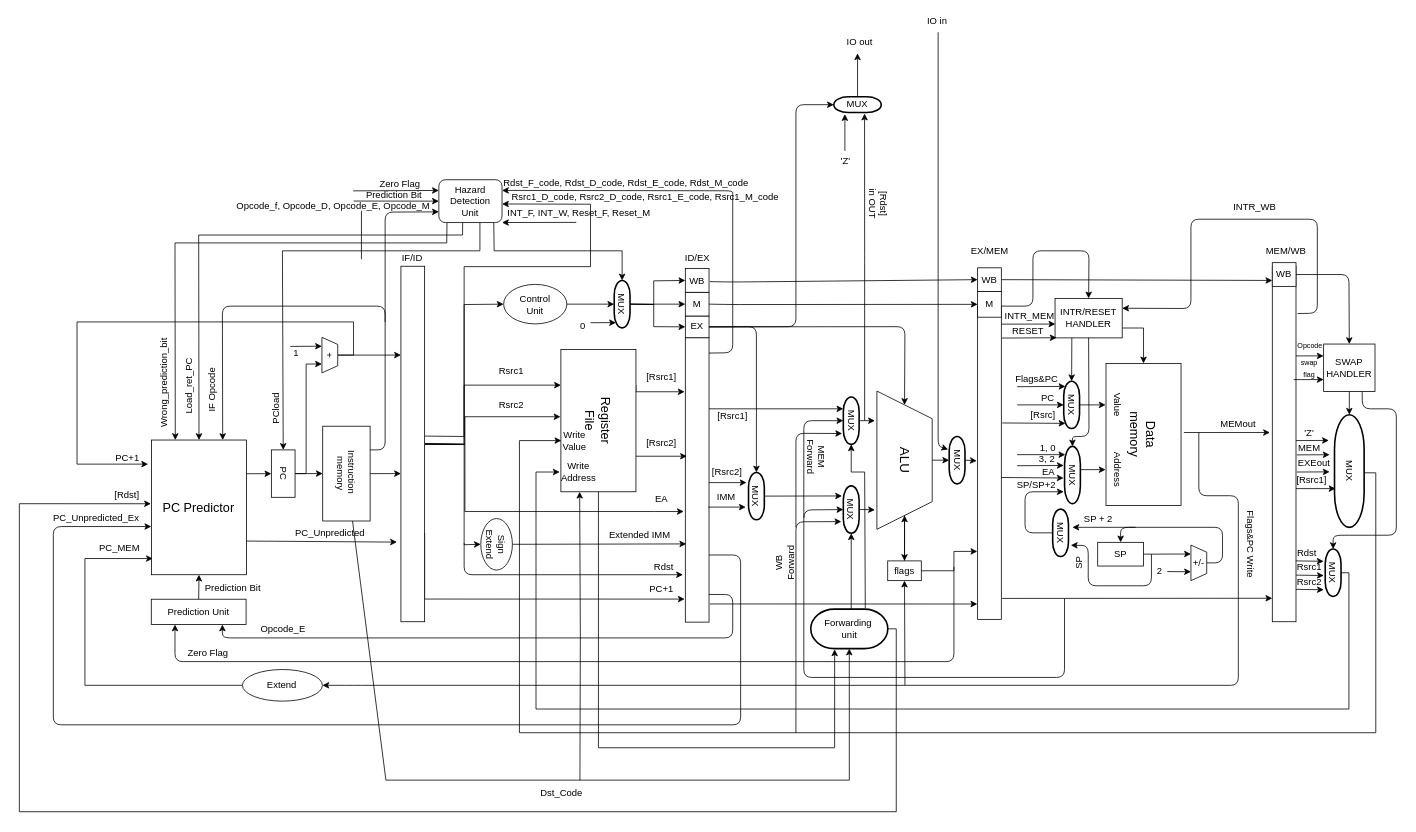
Above: docs/Schematic.drawio in karashily/RISC (draw.io), before the change. Source tidied: cells renumbered, new cells numbered last; positions are measured from the earlier drawing's top-left corner, leaving out a move shared by most shapes. Both pictures are drawn from the tidied source at 79%, with x=0, y=0 at pixel (19, 13).
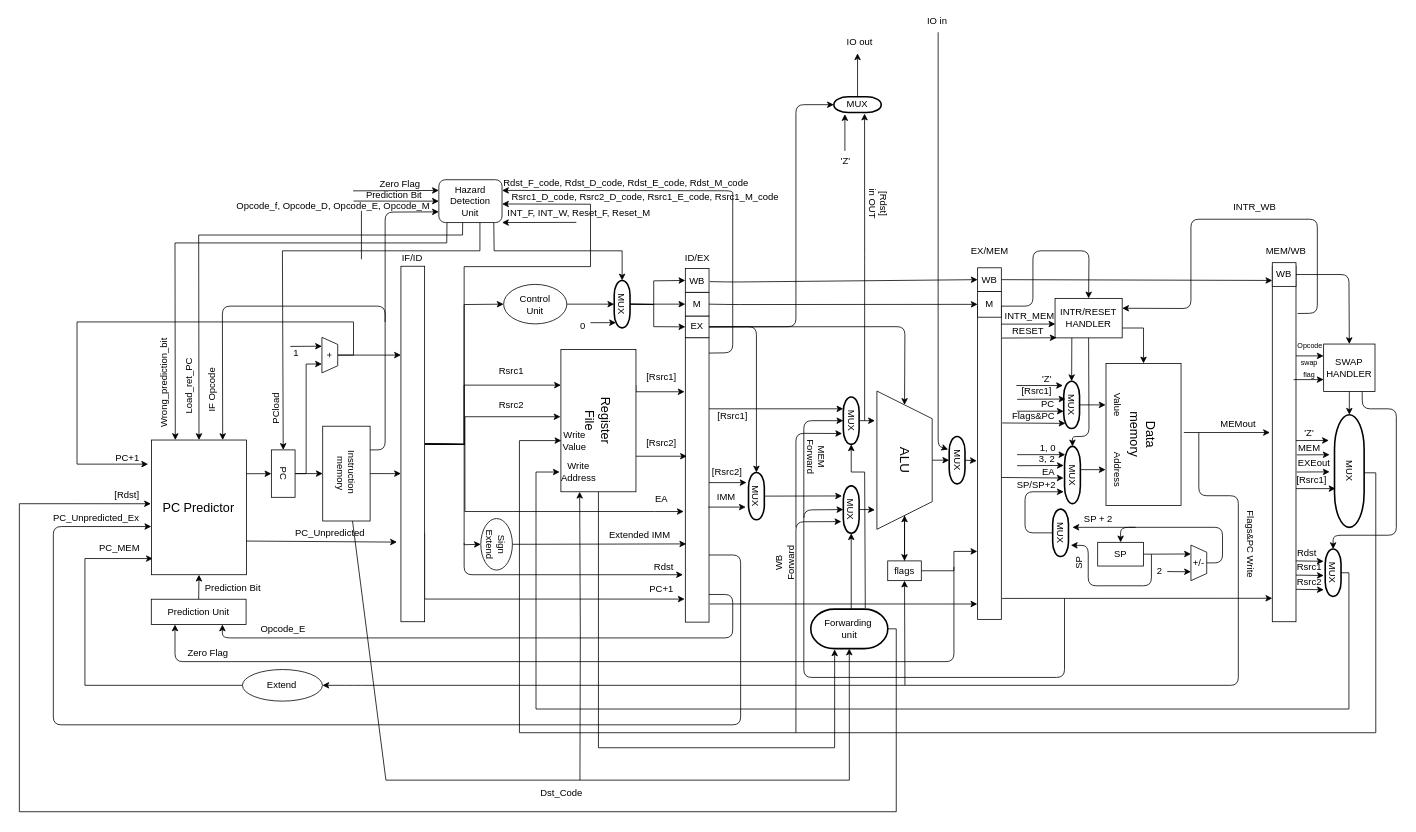
The same diagram, later.

Unchanged cells that the change refers to:
```xml
<mxCell id="19" style="rounded=0;whiteSpace=wrap;html=1;" parent="1" vertex="1">
  <mxGeometry x="483" y="319.5" width="30" height="450" as="geometry" />
</mxCell>
<mxCell id="85" value="MUX" style="strokeWidth=2;html=1;shape=mxgraph.flowchart.terminator;whiteSpace=wrap;rotation=90;" parent="1" vertex="1">
  <mxGeometry x="1302" y="485" width="60" height="20" as="geometry" />
</mxCell>
```

What changed in the source:
```diff
@@
-    <mxCell id="18" style="edgeStyle=none;rounded=0;orthogonalLoop=1;jettySize=auto;html=1;exitX=1;exitY=0.5;exitDx=0;exitDy=0;entryX=1;entryY=0.75;entryDx=0;entryDy=0;" parent="1" edge="1">
+    <mxCell id="18" style="edgeStyle=none;rounded=0;jettySize=auto;html=1;exitX=1;exitY=0.5;exitDx=0;exitDy=0;entryX=1;entryY=0.75;entryDx=0;entryDy=0;" parent="1" edge="1" source="19">
       <mxGeometry relative="1" as="geometry">
-        <mxPoint x="513" y="534.5" as="sourcePoint" />
         <mxPoint x="611" y="240.7" as="targetPoint" />
         <Array as="points">
-          <mxPoint x="563" y="535" />
+          <mxPoint x="563" y="545" />
           <mxPoint x="563" y="320" />
           <mxPoint x="723" y="320" />
           <mxPoint x="723" y="241" />
         </Array>
       </mxGeometry>
     </mxCell>
@@
-    <mxCell id="87" style="endArrow=classic;html=1;entryX=0.5;entryY=1;entryDx=0;entryDy=0;entryPerimeter=0;" parent="1" edge="1" target="85">
+    <mxCell id="87" style="endArrow=classic;html=1;entryX=0.5;entryY=1;entryDx=0;entryDy=0;entryPerimeter=0;" parent="1" edge="1">
       <mxGeometry relative="1" as="geometry">
-        <mxPoint x="1263" y="495" as="sourcePoint" />
+        <mxPoint x="1263" y="503" as="sourcePoint" />
+        <mxPoint x="1322" y="503" as="targetPoint" />
       </mxGeometry>
     </mxCell>
-    <mxCell id="88" style="endArrow=classic;html=1;entryX=0.11;entryY=0.89;entryDx=0;entryDy=0;entryPerimeter=0;" parent="1" edge="1" target="85">
+    <mxCell id="88" style="endArrow=classic;html=1;entryX=0.11;entryY=0.89;entryDx=0;entryDy=0;entryPerimeter=0;" parent="1" edge="1">
       <mxGeometry relative="1" as="geometry">
-        <mxPoint x="1263" y="472" as="sourcePoint" />
+        <mxPoint x="1263" y="488" as="sourcePoint" />
+        <mxPoint x="1324.2" y="487.6" as="targetPoint" />
       </mxGeometry>
     </mxCell>
@@
-    <mxCell id="110" value="Flags&amp;amp;PC" style="text;html=1;strokeColor=none;fillColor=none;align=center;verticalAlign=middle;whiteSpace=wrap;rounded=0;rotation=0;" parent="1" vertex="1">
-      <mxGeometry x="1268" y="451.5" width="40" height="20" as="geometry" />
+    <mxCell id="110" value="[Rsrc1]" style="text;html=1;strokeColor=none;fillColor=none;align=center;verticalAlign=middle;whiteSpace=wrap;rounded=0;rotation=0;" parent="1" vertex="1">
+      <mxGeometry x="1268" y="467.5" width="40" height="20" as="geometry" />
     </mxCell>
     <mxCell id="111" value="PC" style="text;html=1;strokeColor=none;fillColor=none;align=center;verticalAlign=middle;whiteSpace=wrap;rounded=0;rotation=0;" parent="1" vertex="1">
-      <mxGeometry x="1282" y="477" width="40" height="20" as="geometry" />
+      <mxGeometry x="1282" y="484" width="40" height="20" as="geometry" />
     </mxCell>
-    <mxCell id="112" value="[Rsrc]" style="text;html=1;strokeColor=none;fillColor=none;align=center;verticalAlign=middle;whiteSpace=wrap;rounded=0;rotation=0;" parent="1" vertex="1">
-      <mxGeometry x="1276" y="498" width="40" height="20" as="geometry" />
+    <mxCell id="112" value="Flags&amp;amp;PC" style="text;html=1;strokeColor=none;fillColor=none;align=center;verticalAlign=middle;whiteSpace=wrap;rounded=0;rotation=0;" parent="1" vertex="1">
+      <mxGeometry x="1264" y="500" width="40" height="20" as="geometry" />
     </mxCell>
@@
+    <mxCell id="222" style="endArrow=classic;html=1;entryX=0.5;entryY=1;entryDx=0;entryDy=0;entryPerimeter=0;" parent="1" edge="1">
+      <mxGeometry relative="1" as="geometry">
+        <mxPoint x="1262" y="470.5" as="sourcePoint" />
+        <mxPoint x="1321" y="470.5" as="targetPoint" />
+      </mxGeometry>
+    </mxCell>
+    <mxCell id="223" value="'Z'" style="text;html=1;strokeColor=none;fillColor=none;align=center;verticalAlign=middle;whiteSpace=wrap;rounded=0;rotation=0;" parent="1" vertex="1">
+      <mxGeometry x="1281" y="451.5" width="40" height="20" as="geometry" />
+    </mxCell>
```
